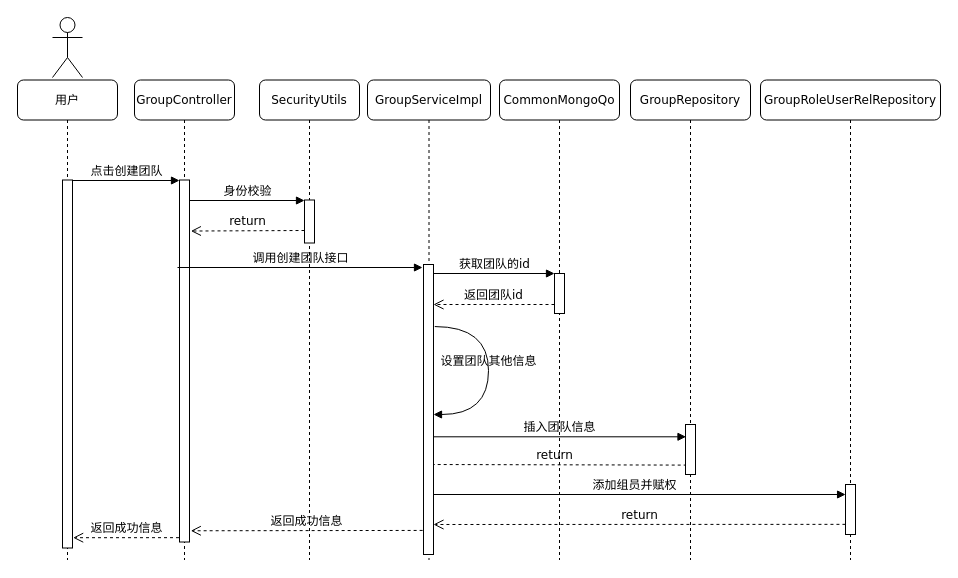
Before: 创建团队时序图.drawio in come-on-reader/draw-io, a draw.io diagram. Source tidied: cells renumbered, new cells numbered last; positions are measured from the earlier drawing's top-left corner, leaving out a move shared by most shapes. Both pictures are drawn from the tidied source at 100%, with x=0, y=0 at pixel (17, 17).
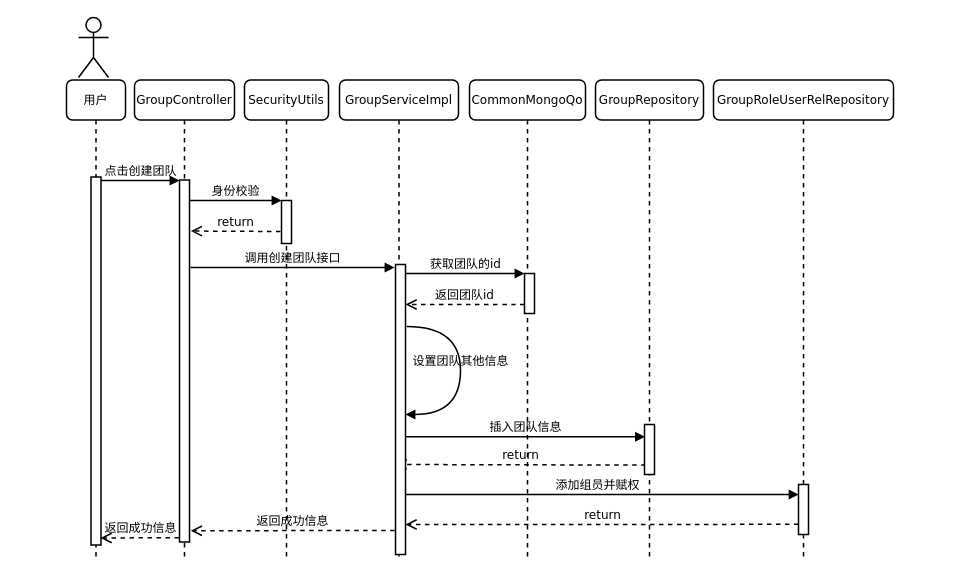
The same diagram, later.

Commit message:
更新创建团队时序图.drawio

Change to the diagram source:
```diff
@@
-    <mxCell id="2" value="GroupController" style="shape=umlLifeline;perimeter=lifelinePerimeter;whiteSpace=wrap;html=1;rounded=1;shadow=0;comic=0;labelBackgroundColor=none;strokeWidth=1;fontFamily=Verdana;fontSize=12;align=center;" parent="1" vertex="1">
+    <mxCell id="2" value="GroupController" style="shape=umlLifeline;perimeter=lifelinePerimeter;whiteSpace=wrap;html=1;rounded=1;shadow=0;comic=0;labelBackgroundColor=none;strokeWidth=1.5;fontFamily=Verdana;fontSize=12;align=center;fontStyle=0;" parent="1" vertex="1">
       <mxGeometry x="117" y="62.5" width="100" height="480" as="geometry" />
     </mxCell>
-    <mxCell id="3" style="html=1;points=[];perimeter=orthogonalPerimeter;rounded=0;shadow=0;comic=0;labelBackgroundColor=none;strokeWidth=1;fontFamily=Verdana;fontSize=12;align=center;" parent="2" vertex="1">
+    <mxCell id="3" style="html=1;points=[];perimeter=orthogonalPerimeter;rounded=0;shadow=0;comic=0;labelBackgroundColor=none;strokeWidth=1.5;fontFamily=Verdana;fontSize=12;align=center;fontStyle=0;" parent="2" vertex="1">
       <mxGeometry x="45" y="100" width="10" height="362" as="geometry" />
     </mxCell>
-    <mxCell id="4" value="SecurityUtils" style="shape=umlLifeline;perimeter=lifelinePerimeter;whiteSpace=wrap;html=1;rounded=1;shadow=0;comic=0;labelBackgroundColor=none;strokeWidth=1;fontFamily=Verdana;fontSize=12;align=center;" parent="1" vertex="1">
-      <mxGeometry x="242" y="62.5" width="100" height="480" as="geometry" />
+    <mxCell id="4" value="SecurityUtils" style="shape=umlLifeline;perimeter=lifelinePerimeter;whiteSpace=wrap;html=1;rounded=1;shadow=0;comic=0;labelBackgroundColor=none;strokeWidth=1.5;fontFamily=Verdana;fontSize=12;align=center;fontStyle=0;" parent="1" vertex="1">
+      <mxGeometry x="227" y="62.5" width="84" height="480" as="geometry" />
     </mxCell>
-    <mxCell id="5" style="html=1;points=[];perimeter=orthogonalPerimeter;rounded=0;shadow=0;comic=0;labelBackgroundColor=none;strokeWidth=1;fontFamily=Verdana;fontSize=12;align=center;" parent="4" vertex="1">
-      <mxGeometry x="45" y="120" width="10" height="43" as="geometry" />
+    <mxCell id="5" style="html=1;points=[];perimeter=orthogonalPerimeter;rounded=0;shadow=0;comic=0;labelBackgroundColor=none;strokeWidth=1.5;fontFamily=Verdana;fontSize=12;align=center;fontStyle=0;" parent="4" vertex="1">
+      <mxGeometry x="37" y="120.5" width="10" height="43" as="geometry" />
     </mxCell>
-    <mxCell id="6" value="return" style="html=1;verticalAlign=bottom;endArrow=open;dashed=1;endSize=8;labelBackgroundColor=none;fontFamily=Verdana;fontSize=12;entryX=1.138;entryY=0.141;entryDx=0;entryDy=0;entryPerimeter=0;" parent="4" edge="1" target="3">
+    <mxCell id="6" value="return" style="html=1;verticalAlign=bottom;endArrow=open;dashed=1;endSize=8;labelBackgroundColor=none;fontFamily=Verdana;fontSize=12;entryX=1.138;entryY=0.141;entryDx=0;entryDy=0;entryPerimeter=0;fontStyle=0;strokeWidth=1.5;" parent="4" edge="1" target="3">
       <mxGeometry relative="1" as="geometry">
-        <mxPoint x="45" y="150.5" as="sourcePoint" />
+        <mxPoint x="36" y="151.5" as="sourcePoint" />
       </mxGeometry>
     </mxCell>
-    <mxCell id="7" value="GroupServiceImpl" style="shape=umlLifeline;perimeter=lifelinePerimeter;whiteSpace=wrap;html=1;rounded=1;shadow=0;comic=0;labelBackgroundColor=none;strokeWidth=1;fontFamily=Verdana;fontSize=12;align=center;" parent="1" vertex="1">
-      <mxGeometry x="350" y="62.5" width="123" height="480" as="geometry" />
+    <mxCell id="7" value="GroupServiceImpl" style="shape=umlLifeline;perimeter=lifelinePerimeter;whiteSpace=wrap;html=1;rounded=1;shadow=0;comic=0;labelBackgroundColor=none;strokeWidth=1.5;fontFamily=Verdana;fontSize=12;align=center;fontStyle=0;" parent="1" vertex="1">
+      <mxGeometry x="322" y="62.5" width="119" height="480" as="geometry" />
     </mxCell>
-    <mxCell id="8" value="调用创建团队接口" style="html=1;verticalAlign=bottom;endArrow=block;labelBackgroundColor=none;fontFamily=Verdana;fontSize=12;edgeStyle=elbowEdgeStyle;elbow=vertical;" parent="7" edge="1">
+    <mxCell id="8" value="调用创建团队接口" style="html=1;verticalAlign=bottom;endArrow=block;labelBackgroundColor=none;fontFamily=Verdana;fontSize=12;edgeStyle=elbowEdgeStyle;elbow=vertical;fontStyle=0;strokeWidth=1.5;" parent="7" edge="1">
       <mxGeometry relative="1" as="geometry">
-        <mxPoint x="-190" y="187.5" as="sourcePoint" />
+        <mxPoint x="-149" y="187.5" as="sourcePoint" />
         <mxPoint x="55" y="187.5" as="targetPoint" />
       </mxGeometry>
     </mxCell>
-    <mxCell id="9" value="return" style="html=1;verticalAlign=bottom;endArrow=open;dashed=1;endSize=8;labelBackgroundColor=none;fontFamily=Verdana;fontSize=12;entryX=1;entryY=0.652;entryDx=0;entryDy=0;entryPerimeter=0;exitX=0.119;exitY=0.812;exitDx=0;exitDy=0;exitPerimeter=0;" parent="7" edge="1" source="17">
+    <mxCell id="9" value="return" style="html=1;verticalAlign=bottom;endArrow=open;dashed=1;endSize=8;labelBackgroundColor=none;fontFamily=Verdana;fontSize=12;entryX=1;entryY=0.652;entryDx=0;entryDy=0;entryPerimeter=0;exitX=0.119;exitY=0.812;exitDx=0;exitDy=0;exitPerimeter=0;fontStyle=0;strokeWidth=1.5;" parent="7" edge="1" source="17">
       <mxGeometry relative="1" as="geometry">
         <mxPoint x="56" y="384.5" as="targetPoint" />
       </mxGeometry>
     </mxCell>
-    <mxCell id="10" value="添加组员并赋权" style="html=1;verticalAlign=bottom;endArrow=block;labelBackgroundColor=none;fontFamily=Verdana;fontSize=12;entryX=0.008;entryY=0.2;entryDx=0;entryDy=0;entryPerimeter=0;" parent="7" edge="1" target="19">
+    <mxCell id="10" value="添加组员并赋权" style="html=1;verticalAlign=bottom;endArrow=block;labelBackgroundColor=none;fontFamily=Verdana;fontSize=12;entryX=0.008;entryY=0.2;entryDx=0;entryDy=0;entryPerimeter=0;fontStyle=0;strokeWidth=1.5;" parent="7" edge="1" target="19">
       <mxGeometry relative="1" as="geometry">
         <mxPoint x="56" y="414.5" as="sourcePoint" />
       </mxGeometry>
     </mxCell>
-    <mxCell id="11" style="html=1;points=[];perimeter=orthogonalPerimeter;rounded=0;shadow=0;comic=0;labelBackgroundColor=none;strokeWidth=1;fontFamily=Verdana;fontSize=12;align=center;" parent="7" vertex="1">
+    <mxCell id="11" style="html=1;points=[];perimeter=orthogonalPerimeter;rounded=0;shadow=0;comic=0;labelBackgroundColor=none;strokeWidth=1.5;fontFamily=Verdana;fontSize=12;align=center;fontStyle=0;" parent="7" vertex="1">
       <mxGeometry x="56" y="184.5" width="10" height="290" as="geometry" />
     </mxCell>
-    <mxCell id="12" value="设置团队其他信息" style="html=1;verticalAlign=bottom;endArrow=block;labelBackgroundColor=none;fontFamily=Verdana;fontSize=12;elbow=vertical;edgeStyle=orthogonalEdgeStyle;curved=1;exitX=1.129;exitY=0.214;exitPerimeter=0;exitDx=0;exitDy=0;" parent="7" edge="1" source="11" target="11">
+    <mxCell id="12" value="设置团队其他信息" style="html=1;verticalAlign=bottom;endArrow=block;labelBackgroundColor=none;fontFamily=Verdana;fontSize=12;elbow=vertical;edgeStyle=orthogonalEdgeStyle;curved=1;exitX=1.129;exitY=0.214;exitPerimeter=0;exitDx=0;exitDy=0;fontStyle=0;strokeWidth=1.5;" parent="7" edge="1" source="11" target="11">
       <mxGeometry relative="1" as="geometry">
         <Array as="points">
           <mxPoint x="121" y="246.5" />
           <mxPoint x="121" y="334.5" />
         </Array>
       </mxGeometry>
     </mxCell>
-    <mxCell id="13" value="return" style="html=1;verticalAlign=bottom;endArrow=open;dashed=1;endSize=8;labelBackgroundColor=none;fontFamily=Verdana;fontSize=12;entryX=1;entryY=0.652;entryDx=0;entryDy=0;entryPerimeter=0;exitX=-0.006;exitY=0.797;exitDx=0;exitDy=0;exitPerimeter=0;" parent="7" edge="1" source="19">
+    <mxCell id="13" value="return" style="html=1;verticalAlign=bottom;endArrow=open;dashed=1;endSize=8;labelBackgroundColor=none;fontFamily=Verdana;fontSize=12;entryX=1;entryY=0.652;entryDx=0;entryDy=0;entryPerimeter=0;exitX=-0.006;exitY=0.797;exitDx=0;exitDy=0;exitPerimeter=0;fontStyle=0;strokeWidth=1.5;" parent="7" edge="1" source="19">
       <mxGeometry relative="1" as="geometry">
         <mxPoint x="66" y="444.5" as="targetPoint" />
       </mxGeometry>
     </mxCell>
-    <mxCell id="14" value="CommonMongoQo" style="shape=umlLifeline;perimeter=lifelinePerimeter;whiteSpace=wrap;html=1;rounded=1;shadow=0;comic=0;labelBackgroundColor=none;strokeWidth=1;fontFamily=Verdana;fontSize=12;align=center;" parent="1" vertex="1">
-      <mxGeometry x="482" y="62.5" width="120" height="480" as="geometry" />
+    <mxCell id="14" value="CommonMongoQo" style="shape=umlLifeline;perimeter=lifelinePerimeter;whiteSpace=wrap;html=1;rounded=1;shadow=0;comic=0;labelBackgroundColor=none;strokeWidth=1.5;fontFamily=Verdana;fontSize=12;align=center;fontStyle=0;" parent="1" vertex="1">
+      <mxGeometry x="452" y="62.5" width="116" height="480" as="geometry" />
     </mxCell>
-    <mxCell id="15" style="html=1;points=[];perimeter=orthogonalPerimeter;rounded=0;shadow=0;comic=0;labelBackgroundColor=none;strokeWidth=1;fontFamily=Verdana;fontSize=12;align=center;" parent="14" vertex="1">
+    <mxCell id="15" style="html=1;points=[];perimeter=orthogonalPerimeter;rounded=0;shadow=0;comic=0;labelBackgroundColor=none;strokeWidth=1.5;fontFamily=Verdana;fontSize=12;align=center;fontStyle=0;" parent="14" vertex="1">
       <mxGeometry x="55" y="193.5" width="10" height="40" as="geometry" />
     </mxCell>
-    <mxCell id="16" value="GroupRepository" style="shape=umlLifeline;perimeter=lifelinePerimeter;whiteSpace=wrap;html=1;rounded=1;shadow=0;comic=0;labelBackgroundColor=none;strokeWidth=1;fontFamily=Verdana;fontSize=12;align=center;" parent="1" vertex="1">
-      <mxGeometry x="613" y="62.5" width="120" height="480" as="geometry" />
+    <mxCell id="16" value="GroupRepository" style="shape=umlLifeline;perimeter=lifelinePerimeter;whiteSpace=wrap;html=1;rounded=1;shadow=0;comic=0;labelBackgroundColor=none;strokeWidth=1.5;fontFamily=Verdana;fontSize=12;align=center;fontStyle=0;" parent="1" vertex="1">
+      <mxGeometry x="578" y="62.5" width="108" height="480" as="geometry" />
     </mxCell>
-    <mxCell id="17" style="html=1;points=[];perimeter=orthogonalPerimeter;rounded=0;shadow=0;comic=0;labelBackgroundColor=none;strokeColor=#000000;strokeWidth=1;fillColor=#FFFFFF;fontFamily=Verdana;fontSize=12;fontColor=#000000;align=center;" parent="16" vertex="1">
-      <mxGeometry x="55" y="344.5" width="10" height="50" as="geometry" />
+    <mxCell id="17" style="html=1;points=[];perimeter=orthogonalPerimeter;rounded=0;shadow=0;comic=0;labelBackgroundColor=none;strokeColor=#000000;strokeWidth=1.5;fillColor=#FFFFFF;fontFamily=Verdana;fontSize=12;fontColor=#000000;align=center;fontStyle=0;" parent="16" vertex="1">
+      <mxGeometry x="49" y="344.5" width="10" height="50" as="geometry" />
     </mxCell>
-    <mxCell id="18" value="GroupRoleUserRelRepository" style="shape=umlLifeline;perimeter=lifelinePerimeter;whiteSpace=wrap;html=1;rounded=1;shadow=0;comic=0;labelBackgroundColor=none;strokeWidth=1;fontFamily=Verdana;fontSize=12;align=center;" parent="1" vertex="1">
-      <mxGeometry x="743" y="62.5" width="180" height="480" as="geometry" />
+    <mxCell id="18" value="GroupRoleUserRelRepository" style="shape=umlLifeline;perimeter=lifelinePerimeter;whiteSpace=wrap;html=1;rounded=1;shadow=0;comic=0;labelBackgroundColor=none;strokeWidth=1.5;fontFamily=Verdana;fontSize=12;align=center;fontStyle=0;" parent="1" vertex="1">
+      <mxGeometry x="696" y="62.5" width="180" height="480" as="geometry" />
     </mxCell>
-    <mxCell id="19" style="html=1;points=[];perimeter=orthogonalPerimeter;rounded=0;shadow=0;comic=0;labelBackgroundColor=none;strokeColor=#000000;strokeWidth=1;fillColor=#FFFFFF;fontFamily=Verdana;fontSize=12;fontColor=#000000;align=center;" parent="18" vertex="1">
+    <mxCell id="19" style="html=1;points=[];perimeter=orthogonalPerimeter;rounded=0;shadow=0;comic=0;labelBackgroundColor=none;strokeColor=#000000;strokeWidth=1.5;fillColor=#FFFFFF;fontFamily=Verdana;fontSize=12;fontColor=#000000;align=center;fontStyle=0;" parent="18" vertex="1">
       <mxGeometry x="85" y="404.5" width="10" height="50" as="geometry" />
     </mxCell>
-    <mxCell id="20" value="用户" style="shape=umlLifeline;perimeter=lifelinePerimeter;whiteSpace=wrap;html=1;rounded=1;shadow=0;comic=0;labelBackgroundColor=none;strokeWidth=1;fontFamily=Verdana;fontSize=12;align=center;" parent="1" vertex="1">
-      <mxGeometry y="62.5" width="100" height="480" as="geometry" />
+    <mxCell id="20" value="用户" style="shape=umlLifeline;perimeter=lifelinePerimeter;whiteSpace=wrap;html=1;rounded=1;shadow=0;comic=0;labelBackgroundColor=none;strokeWidth=1.5;fontFamily=Verdana;fontSize=12;align=center;fontStyle=0;" parent="1" vertex="1">
+      <mxGeometry x="49" y="62.5" width="59" height="480" as="geometry" />
     </mxCell>
-    <mxCell id="21" style="html=1;points=[];perimeter=orthogonalPerimeter;rounded=0;shadow=0;comic=0;labelBackgroundColor=none;strokeWidth=1;fontFamily=Verdana;fontSize=12;align=center;" parent="20" vertex="1">
-      <mxGeometry x="45" y="100" width="10" height="368" as="geometry" />
+    <mxCell id="21" style="html=1;points=[];perimeter=orthogonalPerimeter;rounded=0;shadow=0;comic=0;labelBackgroundColor=none;strokeWidth=1.5;fontFamily=Verdana;fontSize=12;align=center;fontStyle=0;" parent="20" vertex="1">
+      <mxGeometry x="24.5" y="97" width="10" height="368" as="geometry" />
     </mxCell>
-    <mxCell id="22" value="点击创建团队" style="html=1;verticalAlign=bottom;endArrow=block;entryX=0;entryY=0;labelBackgroundColor=none;fontFamily=Verdana;fontSize=12;edgeStyle=elbowEdgeStyle;elbow=vertical;" parent="1" edge="1" source="21" target="3">
+    <mxCell id="22" value="点击创建团队" style="html=1;verticalAlign=bottom;endArrow=block;entryX=0;entryY=0;labelBackgroundColor=none;fontFamily=Verdana;fontSize=12;edgeStyle=elbowEdgeStyle;elbow=vertical;fontStyle=0;strokeWidth=1.5;" parent="1" edge="1" source="21" target="3">
       <mxGeometry relative="1" as="geometry" />
     </mxCell>
-    <mxCell id="23" value="身份校验" style="html=1;verticalAlign=bottom;endArrow=block;entryX=0;entryY=0;labelBackgroundColor=none;fontFamily=Verdana;fontSize=12;edgeStyle=elbowEdgeStyle;elbow=vertical;" parent="1" edge="1" source="3" target="5">
+    <mxCell id="23" value="身份校验" style="html=1;verticalAlign=bottom;endArrow=block;entryX=0;entryY=0;labelBackgroundColor=none;fontFamily=Verdana;fontSize=12;edgeStyle=elbowEdgeStyle;elbow=vertical;fontStyle=0;strokeWidth=1.5;" parent="1" edge="1" source="3" target="5">
       <mxGeometry relative="1" as="geometry" />
     </mxCell>
-    <mxCell id="24" style="shape=umlActor;verticalLabelPosition=bottom;verticalAlign=top;html=1;" parent="1" vertex="1">
-      <mxGeometry x="35" width="30" height="60" as="geometry" />
+    <mxCell id="24" style="shape=umlActor;verticalLabelPosition=bottom;verticalAlign=top;html=1;fontStyle=0;strokeWidth=1.5;" parent="1" vertex="1">
+      <mxGeometry x="61" width="30" height="60" as="geometry" />
     </mxCell>
-    <mxCell id="25" value="返回成功信息" style="html=1;verticalAlign=bottom;endArrow=open;dashed=1;endSize=8;labelBackgroundColor=none;fontFamily=Verdana;fontSize=12;exitX=-0.05;exitY=0.988;exitDx=0;exitDy=0;exitPerimeter=0;entryX=1.064;entryY=0.972;entryDx=0;entryDy=0;entryPerimeter=0;" parent="1" edge="1" source="3" target="21">
+    <mxCell id="25" value="返回成功信息" style="html=1;verticalAlign=bottom;endArrow=open;dashed=1;endSize=8;labelBackgroundColor=none;fontFamily=Verdana;fontSize=12;exitX=-0.05;exitY=0.988;exitDx=0;exitDy=0;exitPerimeter=0;entryX=0.95;entryY=0.981;entryDx=0;entryDy=0;entryPerimeter=0;fontStyle=0;strokeWidth=1.5;" parent="1" edge="1" source="3" target="21">
       <mxGeometry relative="1" as="geometry" />
     </mxCell>
-    <mxCell id="26" value="返回成功信息" style="html=1;verticalAlign=bottom;endArrow=open;dashed=1;endSize=8;labelBackgroundColor=none;fontFamily=Verdana;fontSize=12;entryX=1.129;entryY=0.969;entryDx=0;entryDy=0;entryPerimeter=0;exitX=-0.086;exitY=0.917;exitDx=0;exitDy=0;exitPerimeter=0;" parent="1" edge="1" source="11" target="3">
+    <mxCell id="26" value="返回成功信息" style="html=1;verticalAlign=bottom;endArrow=open;dashed=1;endSize=8;labelBackgroundColor=none;fontFamily=Verdana;fontSize=12;entryX=1.129;entryY=0.969;entryDx=0;entryDy=0;entryPerimeter=0;exitX=-0.086;exitY=0.917;exitDx=0;exitDy=0;exitPerimeter=0;fontStyle=0;strokeWidth=1.5;" parent="1" edge="1" source="11" target="3">
       <mxGeometry relative="1" as="geometry" />
     </mxCell>
-    <mxCell id="27" value="获取团队的id" style="html=1;verticalAlign=bottom;endArrow=block;entryX=0;entryY=0;labelBackgroundColor=none;fontFamily=Verdana;fontSize=12;edgeStyle=elbowEdgeStyle;elbow=vertical;" parent="1" edge="1" source="11" target="15">
+    <mxCell id="27" value="获取团队的id" style="html=1;verticalAlign=bottom;endArrow=block;entryX=0;entryY=0;labelBackgroundColor=none;fontFamily=Verdana;fontSize=12;edgeStyle=elbowEdgeStyle;elbow=vertical;fontStyle=0;strokeWidth=1.5;" parent="1" edge="1" source="11" target="15">
       <mxGeometry relative="1" as="geometry" />
     </mxCell>
-    <mxCell id="28" value="返回团队id" style="html=1;verticalAlign=bottom;endArrow=open;dashed=1;endSize=8;labelBackgroundColor=none;fontFamily=Verdana;fontSize=12;edgeStyle=elbowEdgeStyle;elbow=vertical;" parent="1" edge="1" source="15" target="11">
+    <mxCell id="28" value="返回团队id" style="html=1;verticalAlign=bottom;endArrow=open;dashed=1;endSize=8;labelBackgroundColor=none;fontFamily=Verdana;fontSize=12;edgeStyle=elbowEdgeStyle;elbow=vertical;fontStyle=0;strokeWidth=1.5;" parent="1" edge="1" source="15" target="11">
       <mxGeometry relative="1" as="geometry">
         <Array as="points">
           <mxPoint x="491" y="287" />
           <mxPoint x="521" y="287" />
         </Array>
       </mxGeometry>
     </mxCell>
-    <mxCell id="29" value="插入团队信息" style="html=1;verticalAlign=bottom;endArrow=block;labelBackgroundColor=none;fontFamily=Verdana;fontSize=12;entryX=0.048;entryY=0.246;entryDx=0;entryDy=0;entryPerimeter=0;" parent="1" edge="1" source="11" target="17">
+    <mxCell id="29" value="插入团队信息" style="html=1;verticalAlign=bottom;endArrow=block;labelBackgroundColor=none;fontFamily=Verdana;fontSize=12;entryX=0.048;entryY=0.246;entryDx=0;entryDy=0;entryPerimeter=0;fontStyle=0;strokeWidth=1.5;" parent="1" edge="1" source="11" target="17">
       <mxGeometry relative="1" as="geometry" />
     </mxCell>
```
